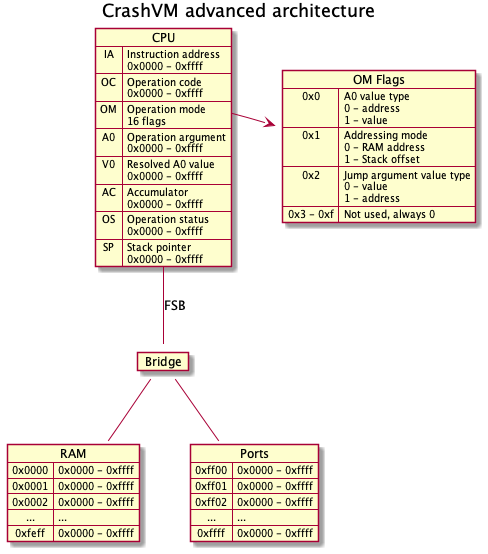
This is doc/advanced_architecture.png from hypafrag/crash-vm, a PlantUML export, as it was before one commit. The source it was exported from:
```plantuml
@startuml advanced_architecture
title CrashVM advanced architecture

map "OM Flags" as OMF {
    0x0 => A0 value type\n0 - address\n1 - value
    0x1 => Addressing mode\n0 - RAM address\n1 - Stack offset
    0x2 => Jump argument value type\n0 - value\n1 - address
    0x3 - 0xf => Not used, always 0
}

map CPU {
    IA => Instruction address\n0x0000 - 0xffff
    OC => Operation code\n0x0000 - 0xffff
    OM *-> OMF
    OM => Operation mode\n16 flags
    A0 => Operation argument\n0x0000 - 0xffff
    V0 => Resolved A0 value\n0x0000 - 0xffff
    AC => Accumulator\n0x0000 - 0xffff
    OS => Operation status\n0x0000 - 0xffff
    SP => Stack pointer\n0x0000 - 0xffff
}

map Bridge {
}

map RAM {
    0x0000 => 0x0000 - 0xffff
    0x0001 => 0x0000 - 0xffff
    0x0002 => 0x0000 - 0xffff
    ... => ...
    0xfeff => 0x0000 - 0xffff
}

map Ports {
    0xff00 => 0x0000 - 0xffff
    0xff01 => 0x0000 - 0xffff
    0xff02 => 0x0000 - 0xffff
    ... => ...
    0xffff => 0x0000 - 0xffff
}

CPU -- Bridge: FSB
Bridge -- RAM
Bridge -- Ports

@enduml
```
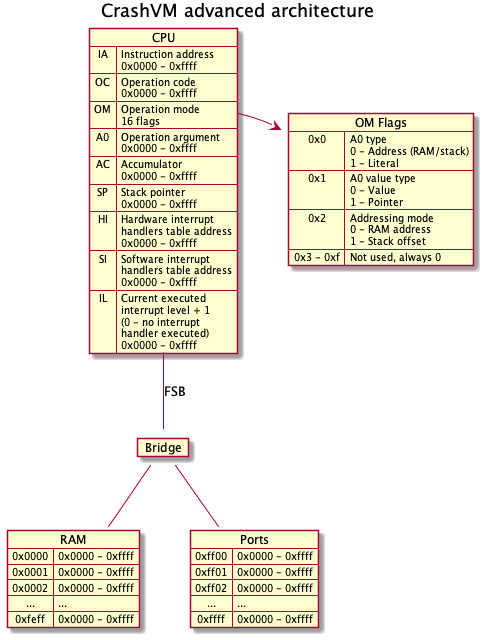
Above is the later version.

Change to the diagram source:
```diff
@@ -2,9 +2,9 @@
 title CrashVM advanced architecture
 
 map "OM Flags" as OMF {
-    0x0 => A0 value type\n0 - address\n1 - value
-    0x1 => Addressing mode\n0 - RAM address\n1 - Stack offset
-    0x2 => Jump argument value type\n0 - value\n1 - address
+    0x0 => A0 type\n0 - Address (RAM/stack)\n1 - Literal
+    0x1 => A0 value type\n0 - Value\n1 - Pointer
+    0x2 => Addressing mode\n0 - RAM address\n1 - Stack offset
     0x3 - 0xf => Not used, always 0
 }
 
@@ -14,10 +14,11 @@
     OM *-> OMF
     OM => Operation mode\n16 flags
     A0 => Operation argument\n0x0000 - 0xffff
-    V0 => Resolved A0 value\n0x0000 - 0xffff
     AC => Accumulator\n0x0000 - 0xffff
-    OS => Operation status\n0x0000 - 0xffff
     SP => Stack pointer\n0x0000 - 0xffff
+    HI => Hardware interrupt\nhandlers table address\n0x0000 - 0xffff
+    SI => Software interrupt\nhandlers table address\n0x0000 - 0xffff
+    IL => Current executed\ninterrupt level + 1\n(0 - no interrupt\nhandler executed)\n0x0000 - 0xffff
 }
 
 map Bridge {
```
